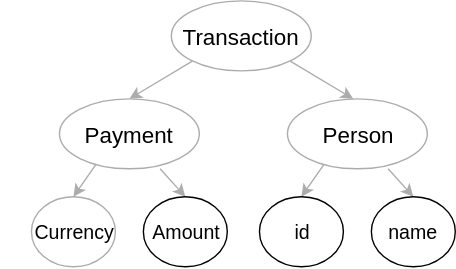
Before: slides/img/domain.svg, a diagram exported from draw.io (SerCeMan/talk-fantastic-dsls). Source tidied: cells renumbered, new cells last; positions are measured from the earlier drawing's top-left corner, leaving out a move shared by most shapes. Its diagram source:
```xml
<mxGraphModel background="#ffffff">
  <root>
    <mxCell id="0" />
    <mxCell id="1" parent="0" />
    <mxCell id="2" style="rounded=0;html=1;exitX=0;exitY=1;entryX=0.5;entryY=0;jettySize=auto;" parent="1" edge="1" source="4" target="7">
      <mxGeometry relative="1" as="geometry" />
    </mxCell>
    <mxCell id="3" style="edgeStyle=none;rounded=0;html=1;exitX=1;exitY=1;entryX=0.5;entryY=0;jettySize=auto;" parent="1" edge="1" source="4">
      <mxGeometry relative="1" as="geometry">
        <mxPoint x="245" y="70" as="targetPoint" />
      </mxGeometry>
    </mxCell>
    <mxCell id="4" value="&lt;font style=&quot;font-size: 16px&quot;&gt;Transaction&lt;/font&gt;" style="ellipse;whiteSpace=wrap;html=1;fontSize=16;" parent="1" vertex="1">
      <mxGeometry x="115" width="100" height="50" as="geometry" />
    </mxCell>
    <mxCell id="5" style="edgeStyle=none;rounded=0;html=1;exitX=0.26;exitY=0.94;entryX=0.5;entryY=0;jettySize=auto;exitPerimeter=0;" parent="1" edge="1" source="7" target="11">
      <mxGeometry relative="1" as="geometry" />
    </mxCell>
    <mxCell id="6" style="edgeStyle=none;rounded=0;html=1;exitX=0.72;exitY=1;entryX=0.5;entryY=0;jettySize=auto;exitPerimeter=0;" parent="1" edge="1" source="7" target="8">
      <mxGeometry relative="1" as="geometry" />
    </mxCell>
    <mxCell id="7" value="&lt;font style=&quot;font-size: 16px&quot;&gt;Payment&lt;/font&gt;" style="ellipse;whiteSpace=wrap;html=1;" parent="1" vertex="1">
      <mxGeometry x="35" y="70" width="100" height="50" as="geometry" />
    </mxCell>
    <mxCell id="8" value="&lt;font style=&quot;font-size: 14px&quot;&gt;Amount&lt;/font&gt;" style="ellipse;whiteSpace=wrap;html=1;" parent="1" vertex="1">
      <mxGeometry x="95" y="140" width="60" height="50" as="geometry" />
    </mxCell>
    <mxCell id="9" style="edgeStyle=none;rounded=0;html=1;exitX=1;exitY=1;entryX=1;entryY=1;jettySize=auto;orthogonalLoop=1;" parent="1" edge="1">
      <mxGeometry relative="1" as="geometry">
        <mxPoint x="60" y="183" as="sourcePoint" />
        <mxPoint x="60" y="183" as="targetPoint" />
      </mxGeometry>
    </mxCell>
    <mxCell id="10" style="edgeStyle=none;rounded=0;html=1;exitX=0;exitY=0.5;jettySize=auto;orthogonalLoop=1;" parent="1" edge="1">
      <mxGeometry relative="1" as="geometry">
        <mxPoint y="165" as="sourcePoint" />
        <mxPoint y="165" as="targetPoint" />
      </mxGeometry>
    </mxCell>
    <mxCell id="11" value="&lt;font style=&quot;font-size: 14px&quot;&gt;Currency&lt;/font&gt;" style="ellipse;whiteSpace=wrap;html=1;" parent="1" vertex="1">
      <mxGeometry x="15" y="140" width="60" height="50" as="geometry" />
    </mxCell>
    <mxCell id="12" style="edgeStyle=none;rounded=0;html=1;exitX=0.26;exitY=0.94;entryX=0.5;entryY=0;jettySize=auto;exitPerimeter=0;" parent="1" edge="1" source="14" target="16">
      <mxGeometry relative="1" as="geometry" />
    </mxCell>
    <mxCell id="13" style="edgeStyle=none;rounded=0;html=1;exitX=0.72;exitY=1;entryX=0.5;entryY=0;jettySize=auto;exitPerimeter=0;" parent="1" edge="1" source="14" target="15">
      <mxGeometry relative="1" as="geometry" />
    </mxCell>
    <mxCell id="14" value="&lt;font style=&quot;font-size: 16px&quot;&gt;Person&lt;/font&gt;" style="ellipse;whiteSpace=wrap;html=1;" parent="1" vertex="1">
      <mxGeometry x="198" y="70" width="100" height="50" as="geometry" />
    </mxCell>
    <mxCell id="15" value="&lt;font style=&quot;font-size: 14px&quot;&gt;name&lt;/font&gt;" style="ellipse;whiteSpace=wrap;html=1;" parent="1" vertex="1">
      <mxGeometry x="258" y="140" width="60" height="50" as="geometry" />
    </mxCell>
    <mxCell id="16" value="&lt;span style=&quot;font-size: 14px&quot;&gt;id&lt;/span&gt;" style="ellipse;whiteSpace=wrap;html=1;" parent="1" vertex="1">
      <mxGeometry x="178" y="140" width="60" height="50" as="geometry" />
    </mxCell>
  </root>
</mxGraphModel>
```
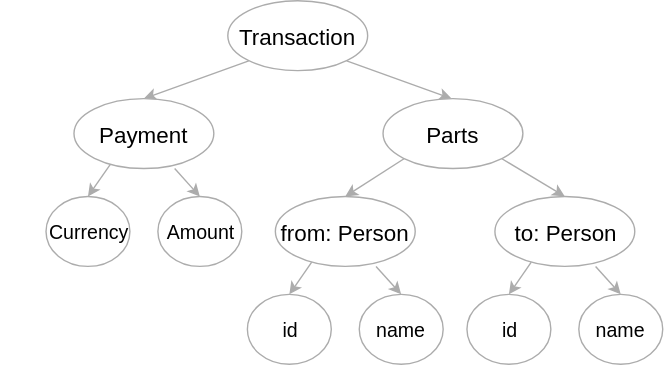
Later version of the same file.

Commit message:
another domain

What changed in the source:
```diff
@@ -5,13 +5,13 @@
     <mxCell id="2" style="rounded=0;html=1;exitX=0;exitY=1;entryX=0.5;entryY=0;jettySize=auto;" parent="1" edge="1" source="4" target="7">
       <mxGeometry relative="1" as="geometry" />
     </mxCell>
-    <mxCell id="3" style="edgeStyle=none;rounded=0;html=1;exitX=1;exitY=1;entryX=0.5;entryY=0;jettySize=auto;" parent="1" edge="1" source="4">
+    <mxCell id="3" style="edgeStyle=none;rounded=0;html=1;exitX=1;exitY=1;jettySize=auto;" parent="1" edge="1" source="4">
       <mxGeometry relative="1" as="geometry">
-        <mxPoint x="245" y="70" as="targetPoint" />
+        <mxPoint x="315" y="70" as="targetPoint" />
       </mxGeometry>
     </mxCell>
     <mxCell id="4" value="&lt;font style=&quot;font-size: 16px&quot;&gt;Transaction&lt;/font&gt;" style="ellipse;whiteSpace=wrap;html=1;fontSize=16;" parent="1" vertex="1">
-      <mxGeometry x="115" width="100" height="50" as="geometry" />
+      <mxGeometry x="155" width="100" height="50" as="geometry" />
     </mxCell>
     <mxCell id="5" style="edgeStyle=none;rounded=0;html=1;exitX=0.26;exitY=0.94;entryX=0.5;entryY=0;jettySize=auto;exitPerimeter=0;" parent="1" edge="1" source="7" target="11">
       <mxGeometry relative="1" as="geometry" />
@@ -20,15 +20,15 @@
       <mxGeometry relative="1" as="geometry" />
     </mxCell>
     <mxCell id="7" value="&lt;font style=&quot;font-size: 16px&quot;&gt;Payment&lt;/font&gt;" style="ellipse;whiteSpace=wrap;html=1;" parent="1" vertex="1">
-      <mxGeometry x="35" y="70" width="100" height="50" as="geometry" />
+      <mxGeometry x="45" y="70" width="100" height="50" as="geometry" />
     </mxCell>
     <mxCell id="8" value="&lt;font style=&quot;font-size: 14px&quot;&gt;Amount&lt;/font&gt;" style="ellipse;whiteSpace=wrap;html=1;" parent="1" vertex="1">
-      <mxGeometry x="95" y="140" width="60" height="50" as="geometry" />
+      <mxGeometry x="105" y="140" width="60" height="50" as="geometry" />
     </mxCell>
     <mxCell id="9" style="edgeStyle=none;rounded=0;html=1;exitX=1;exitY=1;entryX=1;entryY=1;jettySize=auto;orthogonalLoop=1;" parent="1" edge="1">
       <mxGeometry relative="1" as="geometry">
-        <mxPoint x="60" y="183" as="sourcePoint" />
-        <mxPoint x="60" y="183" as="targetPoint" />
+        <mxPoint x="70" y="183" as="sourcePoint" />
+        <mxPoint x="70" y="183" as="targetPoint" />
       </mxGeometry>
     </mxCell>
     <mxCell id="10" style="edgeStyle=none;rounded=0;html=1;exitX=0;exitY=0.5;jettySize=auto;orthogonalLoop=1;" parent="1" edge="1">
@@ -38,7 +38,7 @@
       </mxGeometry>
     </mxCell>
     <mxCell id="11" value="&lt;font style=&quot;font-size: 14px&quot;&gt;Currency&lt;/font&gt;" style="ellipse;whiteSpace=wrap;html=1;" parent="1" vertex="1">
-      <mxGeometry x="15" y="140" width="60" height="50" as="geometry" />
+      <mxGeometry x="25" y="140" width="60" height="50" as="geometry" />
     </mxCell>
     <mxCell id="12" style="edgeStyle=none;rounded=0;html=1;exitX=0.26;exitY=0.94;entryX=0.5;entryY=0;jettySize=auto;exitPerimeter=0;" parent="1" edge="1" source="14" target="16">
       <mxGeometry relative="1" as="geometry" />
@@ -46,14 +46,40 @@
     <mxCell id="13" style="edgeStyle=none;rounded=0;html=1;exitX=0.72;exitY=1;entryX=0.5;entryY=0;jettySize=auto;exitPerimeter=0;" parent="1" edge="1" source="14" target="15">
       <mxGeometry relative="1" as="geometry" />
     </mxCell>
-    <mxCell id="14" value="&lt;font style=&quot;font-size: 16px&quot;&gt;Person&lt;/font&gt;" style="ellipse;whiteSpace=wrap;html=1;" parent="1" vertex="1">
-      <mxGeometry x="198" y="70" width="100" height="50" as="geometry" />
+    <mxCell id="14" value="&lt;font style=&quot;font-size: 16px&quot;&gt;from: Person&lt;/font&gt;" style="ellipse;whiteSpace=wrap;html=1;" parent="1" vertex="1">
+      <mxGeometry x="189" y="140" width="100" height="50" as="geometry" />
     </mxCell>
     <mxCell id="15" value="&lt;font style=&quot;font-size: 14px&quot;&gt;name&lt;/font&gt;" style="ellipse;whiteSpace=wrap;html=1;" parent="1" vertex="1">
-      <mxGeometry x="258" y="140" width="60" height="50" as="geometry" />
+      <mxGeometry x="249" y="210" width="60" height="50" as="geometry" />
     </mxCell>
     <mxCell id="16" value="&lt;span style=&quot;font-size: 14px&quot;&gt;id&lt;/span&gt;" style="ellipse;whiteSpace=wrap;html=1;" parent="1" vertex="1">
-      <mxGeometry x="178" y="140" width="60" height="50" as="geometry" />
+      <mxGeometry x="169" y="210" width="60" height="50" as="geometry" />
     </mxCell>
+    <mxCell id="17" style="edgeStyle=none;rounded=0;html=1;exitX=0.26;exitY=0.94;entryX=0.5;entryY=0;jettySize=auto;exitPerimeter=0;" parent="1" edge="1" source="19" target="21">
+      <mxGeometry relative="1" as="geometry" />
+    </mxCell>
+    <mxCell id="18" style="edgeStyle=none;rounded=0;html=1;exitX=0.72;exitY=1;entryX=0.5;entryY=0;jettySize=auto;exitPerimeter=0;" parent="1" edge="1" source="19" target="20">
+      <mxGeometry relative="1" as="geometry" />
+    </mxCell>
+    <mxCell id="19" value="&lt;font style=&quot;font-size: 16px&quot;&gt;to: Person&lt;/font&gt;" style="ellipse;whiteSpace=wrap;html=1;" parent="1" vertex="1">
+      <mxGeometry x="346" y="140" width="100" height="50" as="geometry" />
+    </mxCell>
+    <mxCell id="20" value="&lt;font style=&quot;font-size: 14px&quot;&gt;name&lt;/font&gt;" style="ellipse;whiteSpace=wrap;html=1;" parent="1" vertex="1">
+      <mxGeometry x="406" y="210" width="60" height="50" as="geometry" />
+    </mxCell>
+    <mxCell id="21" value="&lt;span style=&quot;font-size: 14px&quot;&gt;id&lt;/span&gt;" style="ellipse;whiteSpace=wrap;html=1;" parent="1" vertex="1">
+      <mxGeometry x="326" y="210" width="60" height="50" as="geometry" />
+    </mxCell>
+    <mxCell id="22" style="rounded=0;html=1;exitX=0;exitY=1;entryX=0.5;entryY=0;jettySize=auto;" parent="1" edge="1" source="24" target="14">
+      <mxGeometry relative="1" as="geometry" />
+    </mxCell>
+    <mxCell id="23" style="edgeStyle=none;rounded=0;html=1;exitX=1;exitY=1;jettySize=auto;" parent="1" edge="1" source="24">
+      <mxGeometry relative="1" as="geometry">
+        <mxPoint x="396" y="140" as="targetPoint" />
+      </mxGeometry>
+    </mxCell>
+    <mxCell id="24" value="&lt;font style=&quot;font-size: 16px&quot;&gt;Parts&lt;/font&gt;" style="ellipse;whiteSpace=wrap;html=1;fontSize=16;" parent="1" vertex="1">
+      <mxGeometry x="266" y="70" width="100" height="50" as="geometry" />
+    </mxCell>
   </root>
 </mxGraphModel>
```
